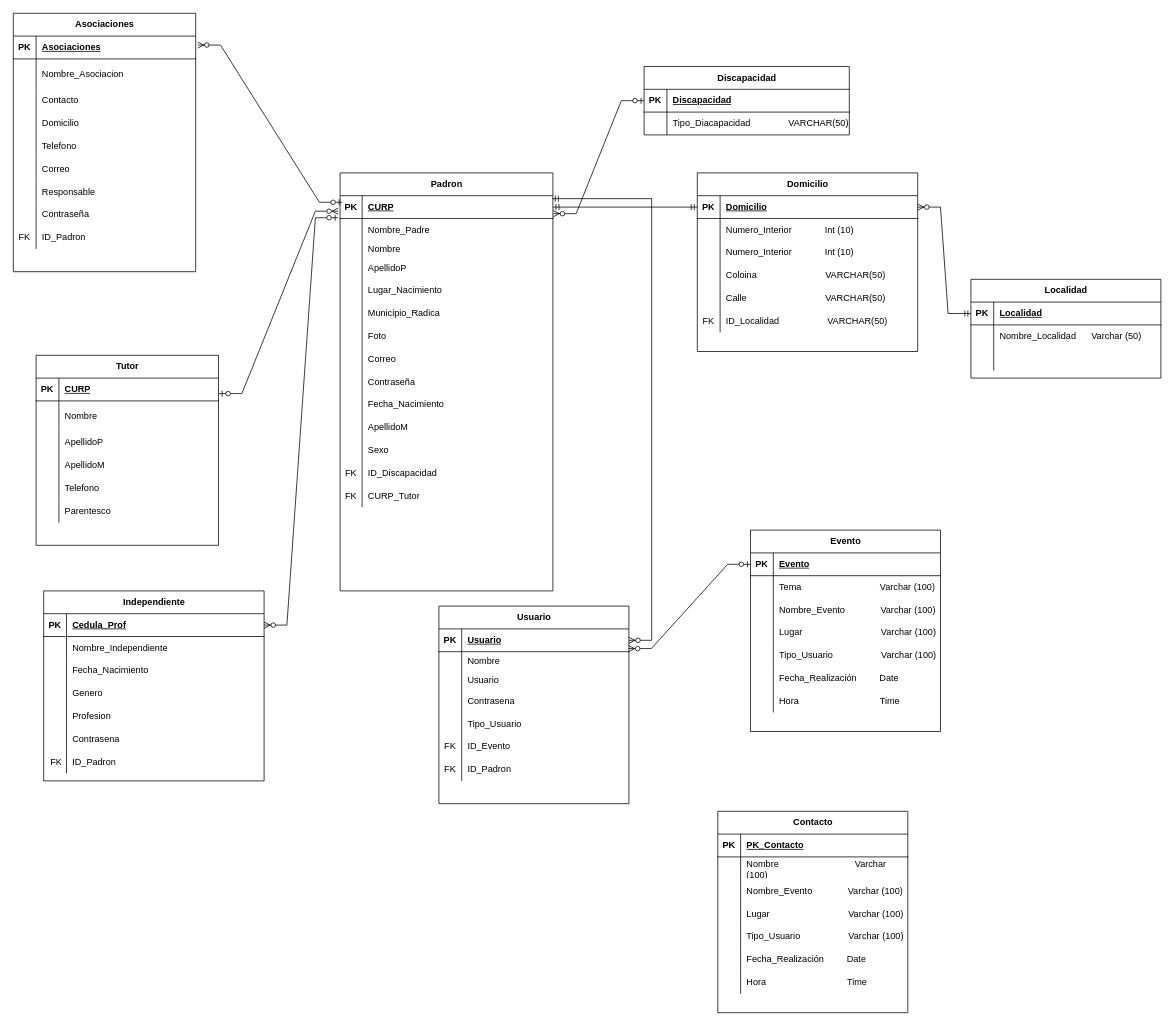
The draw.io diagram Relacional.drawio in OSCARCH2002/diagramas, before the edit. Source tidied: cells renumbered, new cells numbered last; positions are measured from the earlier drawing's top-left corner, leaving out a move shared by most shapes. Both pictures are drawn from the tidied source at 76%, with x=0, y=0 at pixel (13, 13).
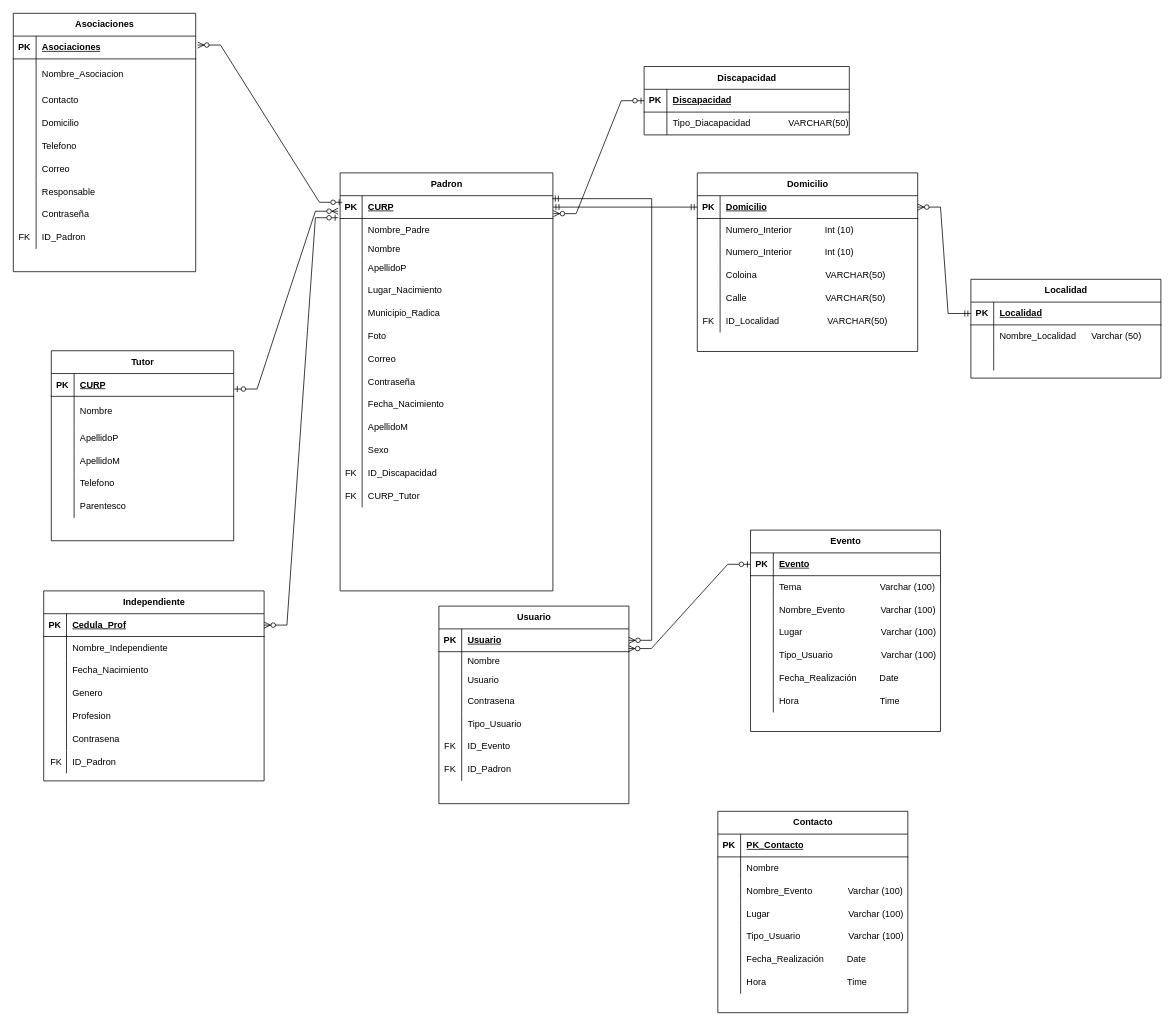
Above is the later version.

Unchanged cells that the change refers to:
```xml
<mxCell id="214" style="shape=tableRow;horizontal=0;startSize=0;swimlaneHead=0;swimlaneBody=0;fillColor=none;top=0;left=0;right=0;bottom=0;" parent="210" vertex="1">
  <mxGeometry y="60" width="250" height="30" as="geometry" />
</mxCell>
```

What changed in the source:
```diff
@@
     <mxCell id="183" value="Tutor" style="shape=table;startSize=30;childLayout=tableLayout;rowLines=0;fontStyle=1;align=center;html=1;" parent="1" vertex="1">
-      <mxGeometry x="30" y="450" width="240" height="250" as="geometry" />
+      <mxGeometry x="50" y="444" width="240" height="250" as="geometry" />
     </mxCell>
@@
-    <mxCell id="216" value="Nombre&amp;nbsp; &amp;nbsp; &amp;nbsp; &amp;nbsp; &amp;nbsp; &amp;nbsp; &amp;nbsp; &amp;nbsp; &amp;nbsp; &amp;nbsp; &amp;nbsp; &amp;nbsp; &amp;nbsp; &amp;nbsp; &amp;nbsp; Varchar (100)" style="shape=partialRectangle;fillColor=none;top=0;left=0;bottom=0;right=0;align=left;spacingLeft=6;overflow=hidden;whiteSpace=wrap;html=1;" parent="214" vertex="1">
+    <mxCell id="216" value="Nombre&amp;nbsp; &amp;nbsp; &amp;nbsp; &amp;nbsp; &amp;nbsp; &amp;nbsp; &amp;nbsp; &amp;nbsp; &amp;nbsp; &amp;nbsp; &amp;nbsp; &amp;nbsp; &amp;nbsp; &amp;nbsp; &amp;nbsp;&amp;nbsp;" style="shape=partialRectangle;fillColor=none;top=0;left=0;bottom=0;right=0;align=left;spacingLeft=6;overflow=hidden;whiteSpace=wrap;html=1;" parent="214" vertex="1">
       <mxGeometry x="30" width="220" height="30" as="geometry" />
     </mxCell>
```
